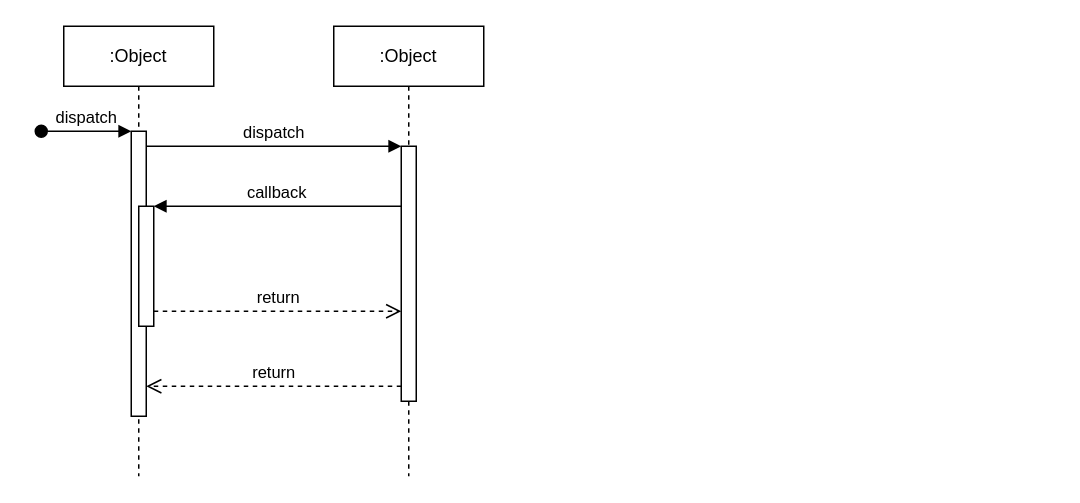
This is docs/MulticoreProcessor.drawio from zaydego1/Multicore-Processor-Simulation, a draw.io file, before an edit. Source tidied: cells renumbered, new cells numbered last; positions are measured from the earlier drawing's top-left corner, leaving out a move shared by most shapes. Both pictures are drawn from the tidied source at 150%, with x=0, y=0 at pixel (40, 26).
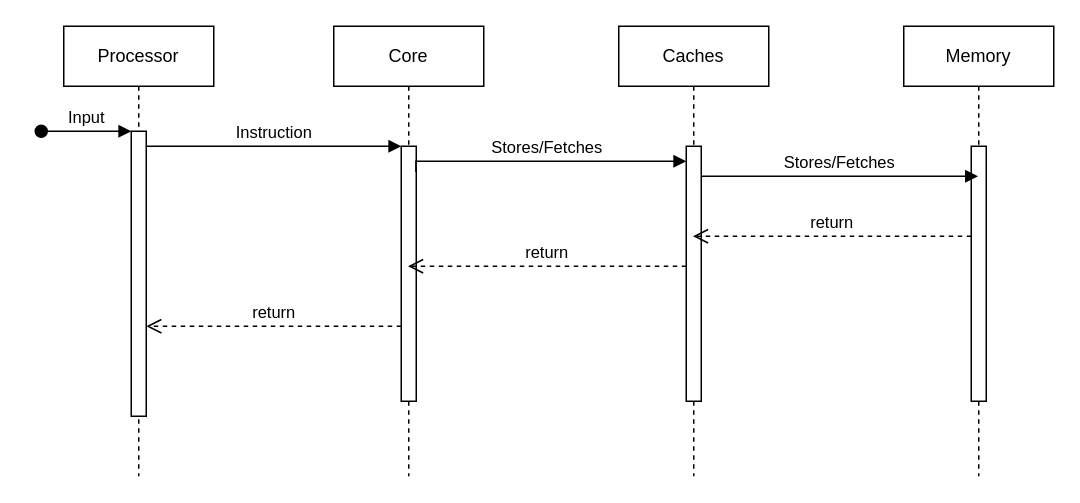
The same diagram, later.

Unchanged cells that the change refers to:
```xml
<mxCell id="3" style="html=1;points=[];perimeter=orthogonalPerimeter;outlineConnect=0;targetShapes=umlLifeline;portConstraint=eastwest;newEdgeStyle={&quot;edgeStyle&quot;:&quot;elbowEdgeStyle&quot;,&quot;elbow&quot;:&quot;vertical&quot;,&quot;curved&quot;:0,&quot;rounded&quot;:0};" parent="2" vertex="1">
  <mxGeometry x="45" y="70" width="10" height="190" as="geometry" />
</mxCell>
<mxCell id="7" style="html=1;points=[];perimeter=orthogonalPerimeter;outlineConnect=0;targetShapes=umlLifeline;portConstraint=eastwest;newEdgeStyle={&quot;edgeStyle&quot;:&quot;elbowEdgeStyle&quot;,&quot;elbow&quot;:&quot;vertical&quot;,&quot;curved&quot;:0,&quot;rounded&quot;:0};" parent="6" vertex="1">
  <mxGeometry x="45" y="80" width="10" height="170" as="geometry" />
</mxCell>
```

The edit, as a diff of the source:
```diff
@@
-    <mxCell id="2" value=":Object" style="shape=umlLifeline;perimeter=lifelinePerimeter;whiteSpace=wrap;html=1;newEdgeStyle={&quot;edgeStyle&quot;:&quot;elbowEdgeStyle&quot;,&quot;elbow&quot;:&quot;vertical&quot;,&quot;curved&quot;:0,&quot;rounded&quot;:0};" parent="1" vertex="1">
+    <mxCell id="2" value="Processor" style="shape=umlLifeline;perimeter=lifelinePerimeter;whiteSpace=wrap;html=1;newEdgeStyle={&quot;edgeStyle&quot;:&quot;elbowEdgeStyle&quot;,&quot;elbow&quot;:&quot;vertical&quot;,&quot;curved&quot;:0,&quot;rounded&quot;:0};" parent="1" vertex="1">
       <mxGeometry x="15" width="100" height="300" as="geometry" />
     </mxCell>
@@
-    <mxCell id="4" value="dispatch" style="html=1;verticalAlign=bottom;startArrow=oval;endArrow=block;startSize=8;edgeStyle=elbowEdgeStyle;elbow=vertical;curved=0;rounded=0;" parent="2" edge="1" target="3">
+    <mxCell id="4" value="Input" style="html=1;verticalAlign=bottom;startArrow=oval;endArrow=block;startSize=8;edgeStyle=elbowEdgeStyle;elbow=vertical;curved=0;rounded=0;" parent="2" edge="1" target="3">
       <mxGeometry relative="1" as="geometry">
         <mxPoint x="-15" y="70" as="sourcePoint" />
       </mxGeometry>
     </mxCell>
-    <mxCell id="5" style="html=1;points=[];perimeter=orthogonalPerimeter;outlineConnect=0;targetShapes=umlLifeline;portConstraint=eastwest;newEdgeStyle={&quot;edgeStyle&quot;:&quot;elbowEdgeStyle&quot;,&quot;elbow&quot;:&quot;vertical&quot;,&quot;curved&quot;:0,&quot;rounded&quot;:0};" parent="2" vertex="1">
-      <mxGeometry x="50" y="120" width="10" height="80" as="geometry" />
-    </mxCell>
-    <mxCell id="6" value=":Object" style="shape=umlLifeline;perimeter=lifelinePerimeter;whiteSpace=wrap;html=1;outlineConnect=0;portConstraint=eastwest;newEdgeStyle={&quot;edgeStyle&quot;:&quot;elbowEdgeStyle&quot;,&quot;elbow&quot;:&quot;vertical&quot;,&quot;curved&quot;:0,&quot;rounded&quot;:0};" parent="1" vertex="1">
+    <mxCell id="6" value="Core" style="shape=umlLifeline;perimeter=lifelinePerimeter;whiteSpace=wrap;html=1;outlineConnect=0;portConstraint=eastwest;newEdgeStyle={&quot;edgeStyle&quot;:&quot;elbowEdgeStyle&quot;,&quot;elbow&quot;:&quot;vertical&quot;,&quot;curved&quot;:0,&quot;rounded&quot;:0};" parent="1" vertex="1">
       <mxGeometry x="195" width="100" height="300" as="geometry" />
     </mxCell>
@@
-    <mxCell id="8" value="dispatch" style="html=1;verticalAlign=bottom;endArrow=block;edgeStyle=elbowEdgeStyle;elbow=vertical;curved=0;rounded=0;" parent="1" edge="1" source="3" target="7">
+    <mxCell id="8" value="Instruction" style="html=1;verticalAlign=bottom;endArrow=block;edgeStyle=elbowEdgeStyle;elbow=vertical;curved=0;rounded=0;" parent="1" edge="1" source="3" target="7">
       <mxGeometry relative="1" as="geometry">
         <Array as="points">
           <mxPoint x="155" y="80" />
         </Array>
       </mxGeometry>
     </mxCell>
-    <mxCell id="9" value="return" style="html=1;verticalAlign=bottom;endArrow=open;dashed=1;endSize=8;edgeStyle=elbowEdgeStyle;elbow=vertical;curved=0;rounded=0;" parent="1" edge="1" source="7" target="3">
-      <mxGeometry relative="1" as="geometry">
-        <Array as="points">
-          <mxPoint x="165" y="240" />
-        </Array>
-      </mxGeometry>
-    </mxCell>
-    <mxCell id="10" value="callback" style="html=1;verticalAlign=bottom;endArrow=block;edgeStyle=elbowEdgeStyle;elbow=vertical;curved=0;rounded=0;" parent="1" edge="1" source="7" target="5">
-      <mxGeometry relative="1" as="geometry">
-        <Array as="points">
-          <mxPoint x="165" y="120" />
-        </Array>
-      </mxGeometry>
-    </mxCell>
-    <mxCell id="11" value="return" style="html=1;verticalAlign=bottom;endArrow=open;dashed=1;endSize=8;edgeStyle=elbowEdgeStyle;elbow=vertical;curved=0;rounded=0;" parent="1" edge="1" source="5" target="7">
-      <mxGeometry relative="1" as="geometry">
-        <Array as="points">
-          <mxPoint x="155" y="190" />
-        </Array>
-      </mxGeometry>
-    </mxCell>
+    <mxCell id="12" value="Memory" style="shape=umlLifeline;perimeter=lifelinePerimeter;whiteSpace=wrap;html=1;outlineConnect=0;portConstraint=eastwest;newEdgeStyle={&quot;edgeStyle&quot;:&quot;elbowEdgeStyle&quot;,&quot;elbow&quot;:&quot;vertical&quot;,&quot;curved&quot;:0,&quot;rounded&quot;:0};" parent="1" vertex="1">
+      <mxGeometry x="575" width="100" height="300" as="geometry" />
+    </mxCell>
+    <mxCell id="13" style="html=1;perimeter=orthogonalPerimeter;targetShapes=umlLifeline;newEdgeStyle={&quot;edgeStyle&quot;:&quot;elbowEdgeStyle&quot;,&quot;elbow&quot;:&quot;vertical&quot;,&quot;curved&quot;:0,&quot;rounded&quot;:0};" parent="12" vertex="1">
+      <mxGeometry x="45" y="80" width="10" height="170" as="geometry" />
+    </mxCell>
+    <mxCell id="14" value="Stores/Fetches" style="html=1;verticalAlign=bottom;endArrow=block;edgeStyle=elbowEdgeStyle;elbow=vertical;curved=0;rounded=0;exitX=0.548;exitY=0.324;exitDx=0;exitDy=0;exitPerimeter=0;" parent="1" edge="1" source="6" target="17">
+      <mxGeometry relative="1" as="geometry">
+        <Array as="points">
+          <mxPoint x="330" y="90" />
+        </Array>
+      </mxGeometry>
+    </mxCell>
+    <mxCell id="15" value="return" style="html=1;verticalAlign=bottom;endArrow=open;dashed=1;endSize=8;edgeStyle=elbowEdgeStyle;elbow=vertical;curved=0;rounded=0;" parent="1" edge="1" target="6">
+      <mxGeometry relative="1" as="geometry">
+        <mxPoint x="430" y="160" as="sourcePoint" />
+        <Array as="points">
+          <mxPoint x="355" y="160" />
+        </Array>
+      </mxGeometry>
+    </mxCell>
+    <mxCell id="16" value="Caches" style="shape=umlLifeline;perimeter=lifelinePerimeter;whiteSpace=wrap;html=1;outlineConnect=0;portConstraint=eastwest;newEdgeStyle={&quot;edgeStyle&quot;:&quot;elbowEdgeStyle&quot;,&quot;elbow&quot;:&quot;vertical&quot;,&quot;curved&quot;:0,&quot;rounded&quot;:0};" parent="1" vertex="1">
+      <mxGeometry x="385" width="100" height="300" as="geometry" />
+    </mxCell>
+    <mxCell id="17" style="html=1;points=[];perimeter=orthogonalPerimeter;outlineConnect=0;targetShapes=umlLifeline;portConstraint=eastwest;newEdgeStyle={&quot;edgeStyle&quot;:&quot;elbowEdgeStyle&quot;,&quot;elbow&quot;:&quot;vertical&quot;,&quot;curved&quot;:0,&quot;rounded&quot;:0};" parent="16" vertex="1">
+      <mxGeometry x="45" y="80" width="10" height="170" as="geometry" />
+    </mxCell>
+    <mxCell id="18" value="Stores/Fetches" style="html=1;verticalAlign=bottom;endArrow=block;edgeStyle=elbowEdgeStyle;elbow=vertical;curved=0;rounded=0;" parent="1" edge="1" source="17" target="12">
+      <mxGeometry relative="1" as="geometry">
+        <Array as="points">
+          <mxPoint x="520" y="100" />
+        </Array>
+      </mxGeometry>
+    </mxCell>
+    <mxCell id="19" value="return" style="html=1;verticalAlign=bottom;endArrow=open;dashed=1;endSize=8;edgeStyle=elbowEdgeStyle;elbow=vertical;curved=0;rounded=0;" parent="1" edge="1" target="16">
+      <mxGeometry relative="1" as="geometry">
+        <mxPoint x="620" y="140" as="sourcePoint" />
+        <Array as="points">
+          <mxPoint x="545" y="140" />
+        </Array>
+      </mxGeometry>
+    </mxCell>
+    <mxCell id="20" value="return" style="html=1;verticalAlign=bottom;endArrow=open;dashed=1;endSize=8;edgeStyle=elbowEdgeStyle;elbow=vertical;curved=0;rounded=0;" parent="1" edge="1" target="3">
+      <mxGeometry relative="1" as="geometry">
+        <mxPoint x="240" y="200" as="sourcePoint" />
+        <Array as="points">
+          <mxPoint x="165" y="200" />
+        </Array>
+      </mxGeometry>
+    </mxCell>
```
